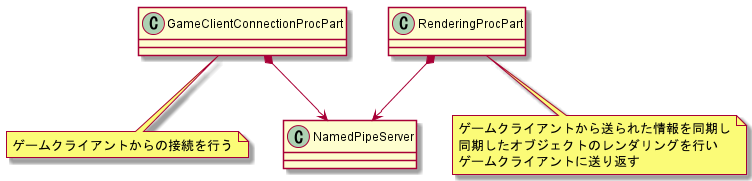
This is Specs/uml/rendering_server.png from yobiya/unity-distributed-rendering, a PlantUML export, as it was before one commit.
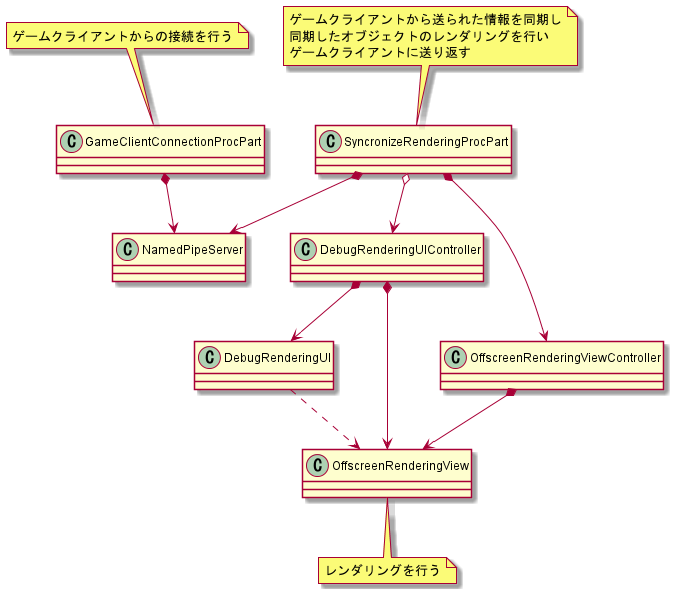
The same file after the commit.

Commit message:
レンダリングサーバーの設計にレンダリング処理の関連のクラスを追加

Diff of the diagram source:
```diff
@@ -1,20 +1,34 @@
 @startuml rendering_server
 
 class GameClientConnectionProcPart
-note bottom
+note top
 ゲームクライアントからの接続を行う
 endnote
 
-class RenderingProcPart
-note bottom
+class SyncronizeRenderingProcPart
+note top
 ゲームクライアントから送られた情報を同期し
 同期したオブジェクトのレンダリングを行い
 ゲームクライアントに送り返す
 endnote
 
 class NamedPipeServer
+class DebugRenderingUIController
+class DebugRenderingUI
+class OffscreenRenderingViewController
+class OffscreenRenderingView
+note bottom
+レンダリングを行う
+endnote
 
 GameClientConnectionProcPart *--> NamedPipeServer
-RenderingProcPart *--> NamedPipeServer
+SyncronizeRenderingProcPart *--> NamedPipeServer
+SyncronizeRenderingProcPart *--> OffscreenRenderingViewController
+SyncronizeRenderingProcPart o--> DebugRenderingUIController
+
+OffscreenRenderingViewController *--> OffscreenRenderingView
+DebugRenderingUIController *--> DebugRenderingUI
+DebugRenderingUIController *--> OffscreenRenderingView
+DebugRenderingUI ..> OffscreenRenderingView
 
 @enduml
```
